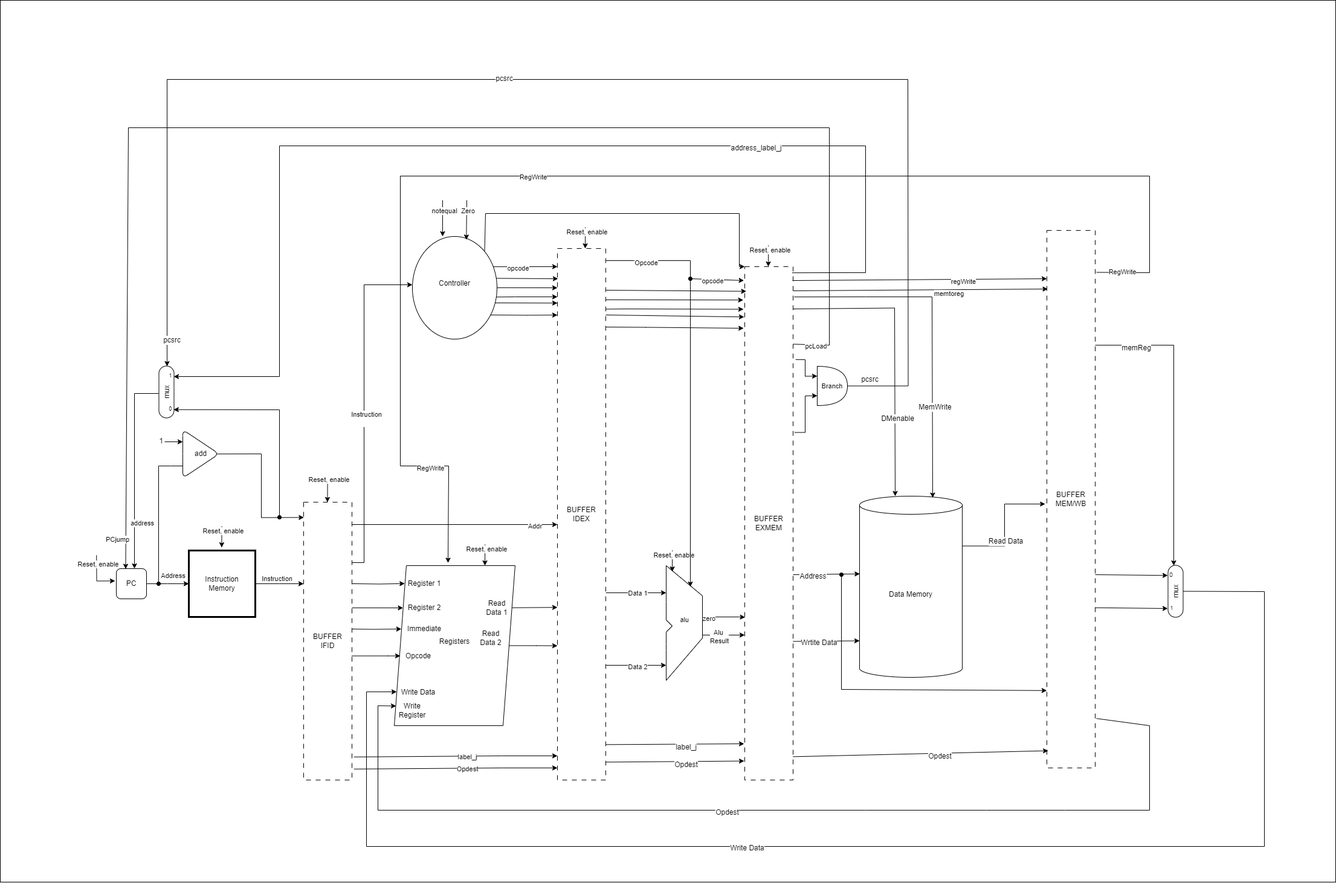
This is Resources/images/mipsPipeLine.drawio.png from PauloFH/mipspipeline, a draw.io export, as it was before one commit. Source tidied: cells renumbered, new cells last; positions are measured from the earlier drawing's top-left corner, leaving out a move shared by most shapes.
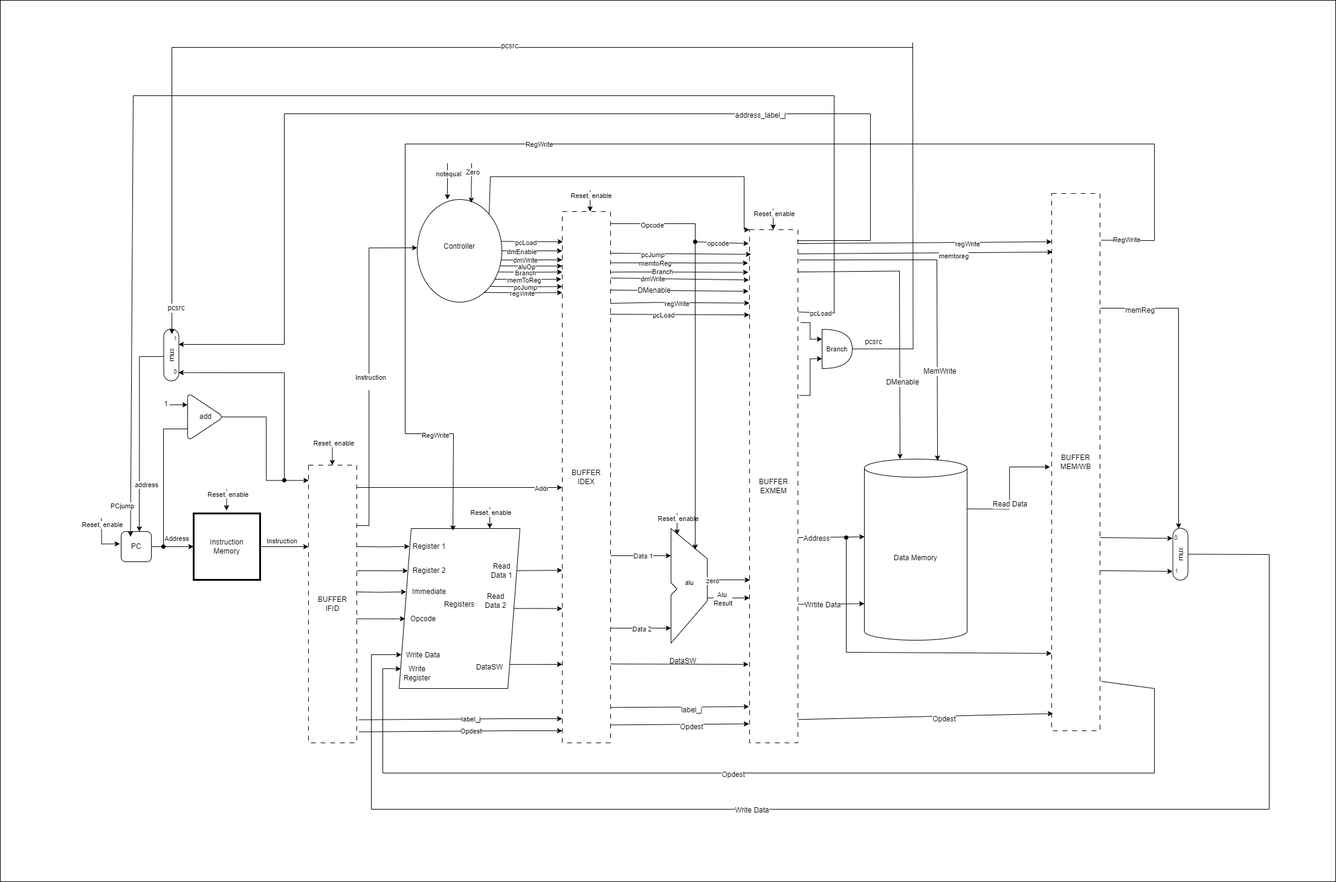
After the commit.

Commit message:
refactor: Remove unnecessary pcLoad and unused signals in BufferIDEX module

Diff of the diagram source:
```diff
@@ -3,8 +3,49 @@
     <mxCell id="0" />
     <mxCell id="1" parent="0" />
     <mxCell id="2" style="rounded=0;whiteSpace=wrap;html=1;strokeColor=default;align=center;verticalAlign=middle;fontFamily=Helvetica;fontSize=12;fontColor=default;fillColor=default;fillStyle=solid;gradientColor=none;" parent="1" vertex="1">
-      <mxGeometry width="2210" height="1460" as="geometry" />
+      <mxGeometry x="-8" y="61" width="2210" height="1460" as="geometry" />
     </mxCell>
+    <mxCell id="147" style="endArrow=classic;html=1;rounded=0;entryX=-0.004;entryY=0.208;entryDx=0;entryDy=0;entryPerimeter=0;exitX=0.771;exitY=0.906;exitDx=0;exitDy=0;exitPerimeter=0;" parent="1" edge="1" source="63">
+      <mxGeometry relative="1" as="geometry">
+        <mxPoint x="922" y="545.2" as="targetPoint" />
+        <Array as="points">
+          <mxPoint x="872.3" y="545.5" />
+        </Array>
+      </mxGeometry>
+    </mxCell>
+    <mxCell id="148" value="&lt;div style=&quot;background-color: rgb(31, 31, 31); line-height: 19px;&quot;&gt;&lt;br&gt;&lt;/div&gt;" style="edgeLabel;html=1;align=center;verticalAlign=middle;" parent="147" vertex="1">
+      <mxGeometry x="-0.12" relative="1" as="geometry" />
+    </mxCell>
+    <mxCell id="149" value="regWrite" style="edgeLabel;html=1;align=center;verticalAlign=middle;" parent="147" vertex="1">
+      <mxGeometry x="-0.04" relative="1" as="geometry" />
+    </mxCell>
+    <mxCell id="150" style="endArrow=classic;html=1;rounded=0;entryX=-0.004;entryY=0.208;entryDx=0;entryDy=0;entryPerimeter=0;exitX=0.865;exitY=0.835;exitDx=0;exitDy=0;exitPerimeter=0;" parent="1" edge="1">
+      <mxGeometry relative="1" as="geometry">
+        <mxPoint x="803.1" y="535" as="sourcePoint" />
+        <mxPoint x="922" y="535.2" as="targetPoint" />
+        <Array as="points">
+          <mxPoint x="872.3" y="535.5" />
+        </Array>
+      </mxGeometry>
+    </mxCell>
+    <mxCell id="151" value="&lt;div style=&quot;background-color: rgb(31, 31, 31); line-height: 19px;&quot;&gt;&lt;br&gt;&lt;/div&gt;" style="edgeLabel;html=1;align=center;verticalAlign=middle;" parent="150" vertex="1">
+      <mxGeometry x="-0.12" relative="1" as="geometry" />
+    </mxCell>
+    <mxCell id="152" value="pcJump" style="edgeLabel;html=1;align=center;verticalAlign=middle;" parent="150" vertex="1">
+      <mxGeometry x="-0.04" relative="1" as="geometry" />
+    </mxCell>
+    <mxCell id="153" style="endArrow=classic;html=1;rounded=0;entryX=-0.004;entryY=0.208;entryDx=0;entryDy=0;entryPerimeter=0;exitX=0.886;exitY=0.821;exitDx=0;exitDy=0;exitPerimeter=0;" parent="1" edge="1">
+      <mxGeometry relative="1" as="geometry">
+        <mxPoint x="805" y="523" as="sourcePoint" />
+        <mxPoint x="920.6" y="523.1" as="targetPoint" />
+        <Array as="points">
+          <mxPoint x="871" y="523.4" />
+        </Array>
+      </mxGeometry>
+    </mxCell>
+    <mxCell id="154" value="memToReg" style="edgeLabel;html=1;align=center;verticalAlign=middle;" parent="153" vertex="1">
+      <mxGeometry x="-0.12" relative="1" as="geometry" />
+    </mxCell>
     <mxCell id="3" style="edgeStyle=orthogonalEdgeStyle;rounded=0;jettySize=auto;html=1;" parent="1" edge="1" source="7">
       <mxGeometry relative="1" as="geometry">
         <mxPoint x="312" y="966" as="targetPoint" />
@@ -267,19 +308,25 @@
     </mxCell>
     <mxCell id="55" style="endArrow=classic;html=1;rounded=0;entryX=-0.004;entryY=0.208;entryDx=0;entryDy=0;entryPerimeter=0;exitX=0.886;exitY=0.821;exitDx=0;exitDy=0;exitPerimeter=0;" parent="1" edge="1">
       <mxGeometry relative="1" as="geometry">
-        <mxPoint x="806.4" y="521" as="sourcePoint" />
-        <mxPoint x="922" y="521.1" as="targetPoint" />
+        <mxPoint x="806.4" y="511" as="sourcePoint" />
+        <mxPoint x="922" y="511.1" as="targetPoint" />
         <Array as="points">
-          <mxPoint x="872.3" y="521.4" />
+          <mxPoint x="872.3" y="511.4" />
         </Array>
       </mxGeometry>
     </mxCell>
+    <mxCell id="155" value="&amp;nbsp;Branch" style="edgeLabel;html=1;align=center;verticalAlign=middle;" parent="55" vertex="1">
+      <mxGeometry x="-0.12" relative="1" as="geometry" />
+    </mxCell>
     <mxCell id="56" style="endArrow=classic;html=1;rounded=0;entryX=-0.004;entryY=0.208;entryDx=0;entryDy=0;entryPerimeter=0;exitX=0.961;exitY=0.704;exitDx=0;exitDy=0;exitPerimeter=0;" parent="1" edge="1">
       <mxGeometry relative="1" as="geometry">
         <mxPoint x="816.5" y="501" as="sourcePoint" />
         <mxPoint x="922" y="501.3" as="targetPoint" />
       </mxGeometry>
     </mxCell>
+    <mxCell id="156" value="aluOp" style="edgeLabel;html=1;align=center;verticalAlign=middle;" parent="56" vertex="1">
+      <mxGeometry x="-0.2" relative="1" as="geometry" />
+    </mxCell>
     <mxCell id="57" style="endArrow=classic;html=1;rounded=0;entryX=-0.004;entryY=0.208;entryDx=0;entryDy=0;entryPerimeter=0;exitX=0.976;exitY=0.649;exitDx=0;exitDy=0;exitPerimeter=0;" parent="1" edge="1">
       <mxGeometry relative="1" as="geometry">
         <mxPoint x="818.6" y="491.3" as="sourcePoint" />
@@ -289,25 +336,28 @@
         </Array>
       </mxGeometry>
     </mxCell>
+    <mxCell id="157" value="dmWrite" style="edgeLabel;html=1;align=center;verticalAlign=middle;" parent="57" vertex="1">
+      <mxGeometry x="-0.26" y="1" relative="1" as="geometry" />
+    </mxCell>
     <mxCell id="58" style="endArrow=classic;html=1;rounded=0;entryX=-0.004;entryY=0.208;entryDx=0;entryDy=0;entryPerimeter=0;exitX=0.991;exitY=0.587;exitDx=0;exitDy=0;exitPerimeter=0;" parent="1" edge="1">
       <mxGeometry relative="1" as="geometry">
         <mxPoint x="820.7" y="475.8" as="sourcePoint" />
         <mxPoint x="922" y="476.1" as="targetPoint" />
       </mxGeometry>
     </mxCell>
-    <mxCell id="59" style="endArrow=classic;html=1;rounded=0;entryX=-0.004;entryY=0.208;entryDx=0;entryDy=0;entryPerimeter=0;exitX=0.95;exitY=0.295;exitDx=0;exitDy=0;exitPerimeter=0;" parent="1" edge="1" source="63">
-      <mxGeometry relative="1" as="geometry">
-        <mxPoint x="922" y="441" as="targetPoint" />
-      </mxGeometry>
-    </mxCell>
-    <mxCell id="60" value="opcode" style="edgeLabel;html=1;align=center;verticalAlign=middle;" parent="59" vertex="1">
-      <mxGeometry x="-0.22" relative="1" as="geometry" />
-    </mxCell>
+    <mxCell id="158" value="dmEnable" style="edgeLabel;html=1;align=center;verticalAlign=middle;" parent="58" vertex="1">
+      <mxGeometry x="-0.15" y="1" relative="1" as="geometry">
+        <mxPoint x="-12" y="1" as="offset" />
+      </mxGeometry>
+    </mxCell>
     <mxCell id="61" style="endArrow=classic;html=1;rounded=0;entryX=-0.004;entryY=0.208;entryDx=0;entryDy=0;entryPerimeter=0;exitX=0.988;exitY=0.408;exitDx=0;exitDy=0;exitPerimeter=0;" parent="1" edge="1" source="63">
       <mxGeometry relative="1" as="geometry">
         <mxPoint x="923" y="461" as="targetPoint" />
       </mxGeometry>
     </mxCell>
+    <mxCell id="159" value="pcLoad" style="edgeLabel;html=1;align=center;verticalAlign=middle;" parent="61" vertex="1">
+      <mxGeometry x="-0.25" relative="1" as="geometry" />
+    </mxCell>
     <mxCell id="62" style="edgeStyle=orthogonalEdgeStyle;rounded=0;jettySize=auto;html=1;exitX=1;exitY=0;exitDx=0;exitDy=0;entryX=-0.01;entryY=0.021;entryDx=0;entryDy=0;entryPerimeter=0;" parent="1" edge="1" source="63">
       <mxGeometry relative="1" as="geometry">
         <mxPoint x="1232" y="441" as="targetPoint" />
@@ -463,15 +513,16 @@
     <mxCell id="93" value="&lt;font style=&quot;font-size: 9px;&quot;&gt;1&lt;/font&gt;" style="text;html=1;align=center;verticalAlign=middle;whiteSpace=wrap;rounded=0;fontFamily=Helvetica;fontSize=12;fontColor=default;" parent="1" vertex="1">
       <mxGeometry x="252" y="606" width="60" height="30" as="geometry" />
     </mxCell>
-    <mxCell id="94" style="endArrow=classic;html=1;rounded=0;startArrow=none;startFill=0;entryX=0.16;entryY=0.972;entryDx=0;entryDy=0;entryPerimeter=0;endFill=1;exitX=0.981;exitY=0.012;exitDx=0;exitDy=0;exitPerimeter=0;" parent="1" edge="1" source="44">
+    <mxCell id="94" style="endArrow=classic;html=1;rounded=0;startArrow=none;startFill=0;entryX=0.16;entryY=0.972;entryDx=0;entryDy=0;entryPerimeter=0;endFill=1;exitX=0.981;exitY=0.012;exitDx=0;exitDy=0;exitPerimeter=0;" parent="1" edge="1">
       <mxGeometry relative="1" as="geometry">
-        <mxPoint x="287" y="623" as="targetPoint" />
+        <mxPoint x="1310.5" y="459.2" as="sourcePoint" />
+        <mxPoint x="287" y="631" as="targetPoint" />
         <Array as="points">
-          <mxPoint x="1372" y="451" />
-          <mxPoint x="1432" y="451" />
-          <mxPoint x="1432" y="241" />
-          <mxPoint x="462" y="241" />
-          <mxPoint x="462" y="623" />
+          <mxPoint x="1372" y="459" />
+          <mxPoint x="1432" y="459" />
+          <mxPoint x="1432" y="249" />
+          <mxPoint x="462" y="249" />
+          <mxPoint x="462" y="631" />
         </Array>
       </mxGeometry>
     </mxCell>
@@ -571,16 +622,21 @@
     <mxCell id="113" style="endArrow=classic;html=1;rounded=0;entryX=-0.023;entryY=0.12;entryDx=0;entryDy=0;entryPerimeter=0;exitX=0.886;exitY=0.821;exitDx=0;exitDy=0;exitPerimeter=0;" parent="1" edge="1" target="44">
       <mxGeometry relative="1" as="geometry">
         <mxPoint x="1002" y="541" as="sourcePoint" />
-        <Array as="points">
-          <mxPoint x="1068" y="541.4" />
-        </Array>
       </mxGeometry>
     </mxCell>
+    <mxCell id="160" value="&lt;span style=&quot;font-size: 12px;&quot;&gt;DMenable&lt;/span&gt;" style="edgeLabel;html=1;align=center;verticalAlign=middle;" parent="113" vertex="1">
+      <mxGeometry x="-0.27" y="2" relative="1" as="geometry">
+        <mxPoint x="-14" as="offset" />
+      </mxGeometry>
+    </mxCell>
     <mxCell id="114" style="endArrow=classic;html=1;rounded=0;entryX=-0.013;entryY=0.098;entryDx=0;entryDy=0;entryPerimeter=0;exitX=0.961;exitY=0.704;exitDx=0;exitDy=0;exitPerimeter=0;" parent="1" edge="1" target="44">
       <mxGeometry relative="1" as="geometry">
         <mxPoint x="1002" y="521" as="sourcePoint" />
       </mxGeometry>
     </mxCell>
+    <mxCell id="161" value="dmWrite" style="edgeLabel;html=1;align=center;verticalAlign=middle;" parent="114" vertex="1">
+      <mxGeometry x="-0.41" y="1" relative="1" as="geometry" />
+    </mxCell>
     <mxCell id="115" style="endArrow=classic;html=1;rounded=0;entryX=-0.026;entryY=0.083;entryDx=0;entryDy=0;entryPerimeter=0;exitX=0.976;exitY=0.649;exitDx=0;exitDy=0;exitPerimeter=0;" parent="1" edge="1" target="44">
       <mxGeometry relative="1" as="geometry">
         <mxPoint x="1002" y="511.3" as="sourcePoint" />
@@ -589,11 +645,17 @@
         </Array>
       </mxGeometry>
     </mxCell>
+    <mxCell id="162" value="Branch" style="edgeLabel;html=1;align=center;verticalAlign=middle;" parent="115" vertex="1">
+      <mxGeometry x="-0.25" y="2" relative="1" as="geometry" />
+    </mxCell>
     <mxCell id="116" style="endArrow=classic;html=1;rounded=0;entryX=-0.03;entryY=0.065;entryDx=0;entryDy=0;entryPerimeter=0;exitX=0.991;exitY=0.587;exitDx=0;exitDy=0;exitPerimeter=0;" parent="1" edge="1" target="44">
       <mxGeometry relative="1" as="geometry">
         <mxPoint x="1002" y="495.8" as="sourcePoint" />
       </mxGeometry>
     </mxCell>
+    <mxCell id="163" value="memtoReg" style="edgeLabel;html=1;align=center;verticalAlign=middle;" parent="116" vertex="1">
+      <mxGeometry x="-0.38" y="1" relative="1" as="geometry" />
+    </mxCell>
     <mxCell id="117" style="endArrow=classic;html=1;rounded=0;entryX=-0.017;entryY=0.027;entryDx=0;entryDy=0;entryPerimeter=0;" parent="1" edge="1" target="44">
       <mxGeometry relative="1" as="geometry">
         <mxPoint x="1142" y="461" as="sourcePoint" />
@@ -607,6 +669,9 @@
         <mxPoint x="1002" y="480" as="sourcePoint" />
       </mxGeometry>
     </mxCell>
+    <mxCell id="164" value="pcJump" style="edgeLabel;html=1;align=center;verticalAlign=middle;" parent="119" vertex="1">
+      <mxGeometry x="-0.41" relative="1" as="geometry" />
+    </mxCell>
     <mxCell id="120" style="endArrow=classic;html=1;rounded=0;fontFamily=Helvetica;fontSize=12;fontColor=default;" parent="1" edge="1">
       <mxGeometry relative="1" as="geometry">
         <mxPoint x="1812" y="1005.7" as="sourcePoint" />
@@ -689,14 +754,16 @@
     <mxCell id="136" value="regWrite" style="edgeLabel;html=1;align=center;verticalAlign=middle;" parent="135" vertex="1">
       <mxGeometry x="0.33" y="-1" relative="1" as="geometry" />
     </mxCell>
-    <mxCell id="137" style="endArrow=classic;html=1;rounded=0;exitX=1.028;exitY=0.078;exitDx=0;exitDy=0;exitPerimeter=0;entryX=0.445;entryY=-0.017;entryDx=0;entryDy=0;entryPerimeter=0;" parent="1" edge="1" source="98" target="18">
+    <mxCell id="137" style="endArrow=classic;html=1;rounded=0;exitX=1.028;exitY=0.078;exitDx=0;exitDy=0;exitPerimeter=0;entryX=0.445;entryY=-0.017;entryDx=0;entryDy=0;entryPerimeter=0;" parent="1" edge="1">
       <mxGeometry relative="1" as="geometry">
+        <mxPoint x="1814.2" y="458.4" as="sourcePoint" />
+        <mxPoint x="741" y="939.5" as="targetPoint" />
         <Array as="points">
-          <mxPoint x="1902" y="451" />
-          <mxPoint x="1902" y="291" />
-          <mxPoint x="662" y="291" />
-          <mxPoint x="662" y="771" />
-          <mxPoint x="742" y="771" />
+          <mxPoint x="1902" y="459" />
+          <mxPoint x="1902" y="299" />
+          <mxPoint x="662" y="299" />
+          <mxPoint x="662" y="779" />
+          <mxPoint x="742" y="779" />
         </Array>
       </mxGeometry>
     </mxCell>
@@ -711,10 +778,10 @@
     </mxCell>
     <mxCell id="141" style="endArrow=classic;html=1;rounded=0;" parent="1" edge="1">
       <mxGeometry relative="1" as="geometry">
-        <mxPoint x="1502" y="131" as="sourcePoint" />
-        <mxPoint x="276" y="606" as="targetPoint" />
+        <mxPoint x="1502" y="139" as="sourcePoint" />
+        <mxPoint x="276" y="614" as="targetPoint" />
         <Array as="points">
-          <mxPoint x="276" y="131" />
+          <mxPoint x="276" y="139" />
         </Array>
       </mxGeometry>
     </mxCell>
@@ -728,12 +795,14 @@
         <mxPoint x="-1" as="offset" />
       </mxGeometry>
     </mxCell>
-    <mxCell id="144" style="endArrow=classic;html=1;rounded=0;entryX=0.309;entryY=0.012;entryDx=0;entryDy=0;entryPerimeter=0;exitX=1.006;exitY=0.151;exitDx=0;exitDy=0;exitPerimeter=0;" parent="1" edge="1" source="44" target="7">
+    <mxCell id="144" style="endArrow=classic;html=1;rounded=0;entryX=0.309;entryY=0.012;entryDx=0;entryDy=0;entryPerimeter=0;exitX=1.006;exitY=0.151;exitDx=0;exitDy=0;exitPerimeter=0;" parent="1" edge="1">
       <mxGeometry relative="1" as="geometry">
+        <mxPoint x="1312.5" y="577.3" as="sourcePoint" />
+        <mxPoint x="207.4" y="949.6" as="targetPoint" />
         <Array as="points">
-          <mxPoint x="1372" y="571" />
-          <mxPoint x="1372" y="211" />
-          <mxPoint x="212" y="211" />
+          <mxPoint x="1372" y="579" />
+          <mxPoint x="1372" y="219" />
+          <mxPoint x="212" y="219" />
         </Array>
       </mxGeometry>
     </mxCell>
@@ -745,5 +814,50 @@
         <mxPoint x="-17" y="14" as="offset" />
       </mxGeometry>
     </mxCell>
+    <mxCell id="165" value="DataSW" style="text;html=1;align=center;verticalAlign=middle;whiteSpace=wrap;rounded=0;" parent="1" vertex="1">
+      <mxGeometry x="772" y="1151" width="60" height="30" as="geometry" />
+    </mxCell>
+    <mxCell id="166" style="edgeStyle=orthogonalEdgeStyle;rounded=0;orthogonalLoop=1;jettySize=auto;html=1;" parent="1" edge="1">
+      <mxGeometry relative="1" as="geometry">
+        <mxPoint x="835" y="1161" as="sourcePoint" />
+        <mxPoint x="922" y="1161" as="targetPoint" />
+        <Array as="points">
+          <mxPoint x="847" y="1161" />
+        </Array>
+      </mxGeometry>
+    </mxCell>
+    <mxCell id="167" style="edgeStyle=orthogonalEdgeStyle;rounded=0;jettySize=auto;html=1;entryX=-0.02;entryY=0.847;entryDx=0;entryDy=0;entryPerimeter=0;" parent="1" edge="1" target="44">
+      <mxGeometry relative="1" as="geometry">
+        <mxPoint x="1002" y="1160.3" as="sourcePoint" />
+        <Array as="points">
+          <mxPoint x="1014" y="1160" />
+        </Array>
+      </mxGeometry>
+    </mxCell>
+    <mxCell id="168" value="DataSW" style="text;html=1;align=center;verticalAlign=middle;whiteSpace=wrap;rounded=0;" parent="1" vertex="1">
+      <mxGeometry x="1092" y="1141" width="60" height="30" as="geometry" />
+    </mxCell>
+    <mxCell id="169" style="endArrow=classic;html=1;rounded=0;entryX=-0.003;entryY=0.143;entryDx=0;entryDy=0;entryPerimeter=0;" parent="1" edge="1" target="44">
+      <mxGeometry relative="1" as="geometry">
+        <mxPoint x="1002" y="563" as="sourcePoint" />
+        <Array as="points">
+          <mxPoint x="1074.3" y="561.5" />
+        </Array>
+      </mxGeometry>
+    </mxCell>
+    <mxCell id="170" value="&lt;div style=&quot;background-color: rgb(31, 31, 31); line-height: 19px;&quot;&gt;&lt;br&gt;&lt;/div&gt;" style="edgeLabel;html=1;align=center;verticalAlign=middle;" parent="169" vertex="1">
+      <mxGeometry x="-0.12" relative="1" as="geometry" />
+    </mxCell>
+    <mxCell id="171" value="regWrite" style="edgeLabel;html=1;align=center;verticalAlign=middle;" parent="169" vertex="1">
+      <mxGeometry x="-0.04" relative="1" as="geometry" />
+    </mxCell>
+    <mxCell id="172" style="endArrow=classic;html=1;rounded=0;entryX=-0.003;entryY=0.166;entryDx=0;entryDy=0;entryPerimeter=0;exitX=0.988;exitY=0.408;exitDx=0;exitDy=0;exitPerimeter=0;" parent="1" edge="1" target="44">
+      <mxGeometry relative="1" as="geometry">
+        <mxPoint x="1000.5" y="581" as="sourcePoint" />
+      </mxGeometry>
+    </mxCell>
+    <mxCell id="173" value="pcLoad" style="edgeLabel;html=1;align=center;verticalAlign=middle;" parent="172" vertex="1">
+      <mxGeometry x="-0.25" relative="1" as="geometry" />
+    </mxCell>
   </root>
 </mxGraphModel>
```
